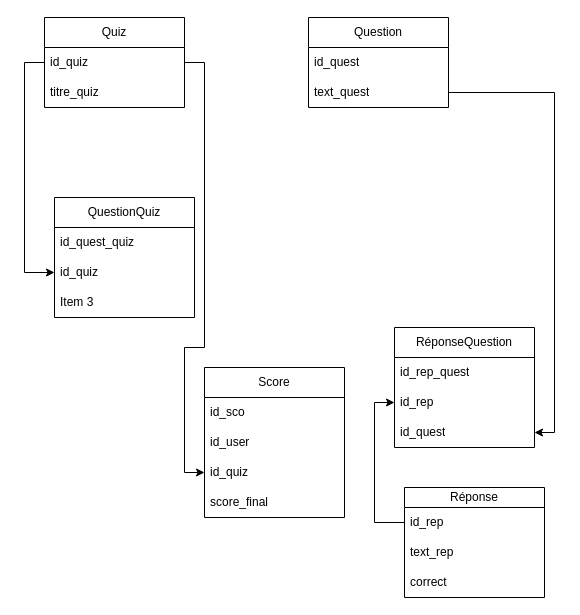
Above: mcd.drawio in Maminjatovo/Mcd_hack_it_supernova (draw.io), before the change. Source tidied: cells renumbered, new cells numbered last; positions are measured from the earlier drawing's top-left corner, leaving out a move shared by most shapes. Both pictures are drawn from the tidied source at 100%, with x=0, y=0 at pixel (44, 17).
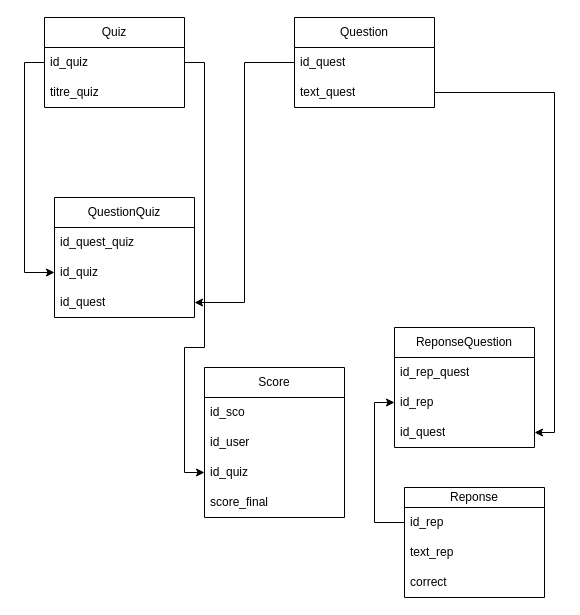
Above is the later version.

Commit message:
Mettre à jour mcd.drawio

The change refers to these unchanged cells:
```xml
<mxCell id="3" value="id_quest" style="text;strokeColor=none;fillColor=none;align=left;verticalAlign=middle;spacingLeft=4;spacingRight=4;overflow=hidden;points=[[0,0.5],[1,0.5]];portConstraint=eastwest;whiteSpace=wrap;html=1;" parent="2" vertex="1">
  <mxGeometry y="30" width="140" height="30" as="geometry" />
</mxCell>
<mxCell id="18" value="QuestionQuiz" style="swimlane;fontStyle=0;horizontal=1;startSize=30;whiteSpace=wrap;html=1;" parent="1" vertex="1">
  <mxGeometry x="10" y="180" width="140" height="120" as="geometry" />
</mxCell>
```

What changed in the source:
```diff
@@
     <mxCell id="2" value="Question" style="swimlane;fontStyle=0;horizontal=1;startSize=30;whiteSpace=wrap;html=1;" parent="1" vertex="1">
-      <mxGeometry x="264" width="140" height="90" as="geometry" />
+      <mxGeometry x="250" width="140" height="90" as="geometry" />
     </mxCell>
@@
-    <mxCell id="8" value="Réponse" style="swimlane;fontStyle=0;horizontal=1;startSize=20;whiteSpace=wrap;html=1;" parent="1" vertex="1">
+    <mxCell id="8" value="Reponse" style="swimlane;fontStyle=0;horizontal=1;startSize=20;whiteSpace=wrap;html=1;" parent="1" vertex="1">
       <mxGeometry x="360" y="470" width="140" height="110" as="geometry" />
     </mxCell>
@@
-    <mxCell id="21" value="Item 3" style="text;strokeColor=none;fillColor=none;align=left;verticalAlign=middle;spacingLeft=4;spacingRight=4;overflow=hidden;whiteSpace=wrap;html=1;" parent="18" vertex="1">
-      <mxGeometry y="90" width="140" height="30" as="geometry" />
-    </mxCell>
+    <mxCell id="29" value="id_quest" style="text;strokeColor=none;fillColor=none;align=left;verticalAlign=middle;spacingLeft=4;spacingRight=4;overflow=hidden;points=[[0,0.5],[1,0.5]];portConstraint=eastwest;whiteSpace=wrap;html=1;" parent="18" vertex="1">
+      <mxGeometry y="90" width="140" height="30" as="geometry" />
+    </mxCell>
@@
-    <mxCell id="23" value="RéponseQuestion" style="swimlane;fontStyle=0;horizontal=1;startSize=30;whiteSpace=wrap;html=1;" parent="1" vertex="1">
+    <mxCell id="23" value="ReponseQuestion" style="swimlane;fontStyle=0;horizontal=1;startSize=30;whiteSpace=wrap;html=1;" parent="1" vertex="1">
       <mxGeometry x="350" y="310" width="140" height="120" as="geometry" />
     </mxCell>
@@
+    <mxCell id="30" style="edgeStyle=orthogonalEdgeStyle;rounded=0;jettySize=auto;html=1;exitX=0;exitY=0.5;exitDx=0;exitDy=0;entryX=1;entryY=0.5;entryDx=0;entryDy=0;" parent="1" edge="1" source="3" target="29">
+      <mxGeometry relative="1" as="geometry" />
+    </mxCell>
```
